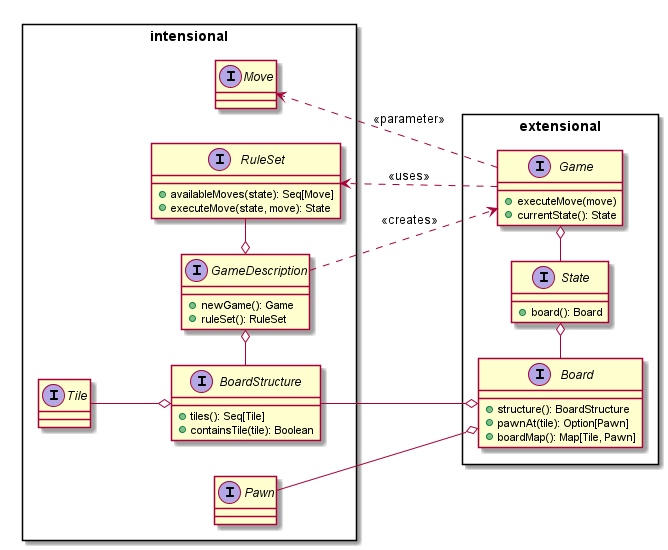
The PlantUML diagram doc/report/images/uml/domain_analysis.png in francescodente/PPS-19-s-bags, before a commit.
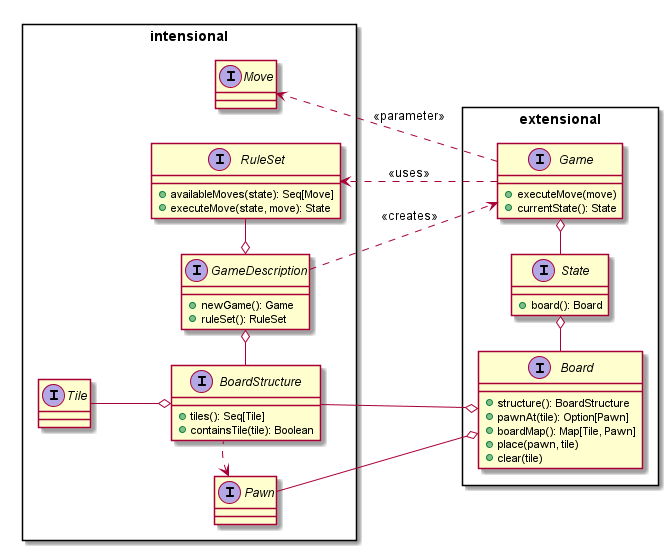
After the change.

What changed in the source:
```diff
@@ -12,6 +12,8 @@
         +structure(): BoardStructure
         +pawnAt(tile): Option[Pawn]
         +boardMap(): Map[Tile, Pawn]
+        +place(pawn, tile)
+        +clear(tile)
     }
     interface State {
         +board(): Board
@@ -47,6 +49,7 @@
     RuleSet -right-o GameDescription
     RuleSet -[hidden]> Move
     Pawn -[hidden]> BoardStructure
+    Pawn <.. BoardStructure
 }
 
 Game ..> Move: <<parameter>>
```
